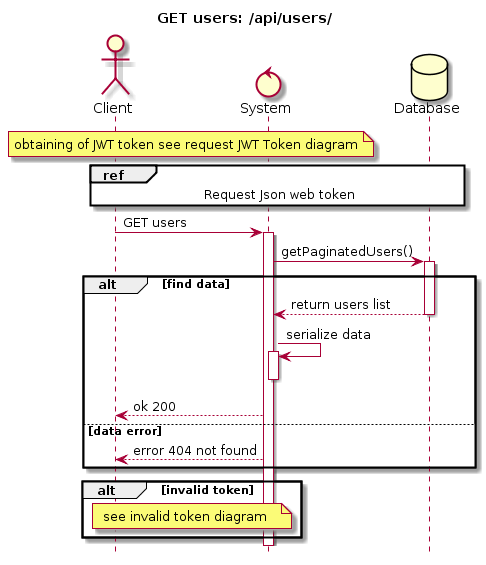
This is docs/Uml/Diagram_sequences/Diagram_sequence_GET_users.png from siggwer/Bilemo, a PlantUML export, as it was before one commit.
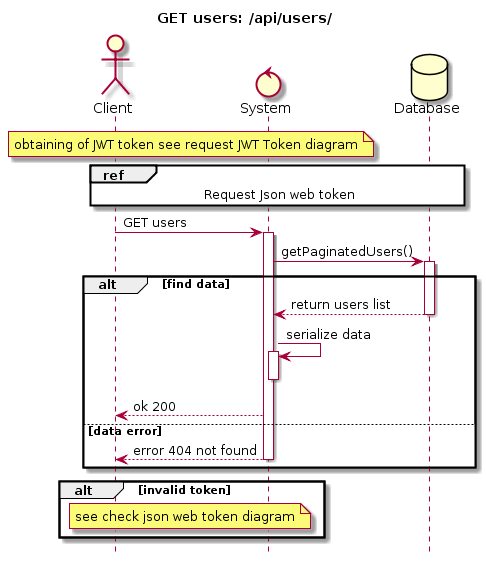
The same file after the commit.

What changed in the source:
```diff
@@ -12,7 +12,6 @@
 ref over Client, System, Database
     Request Json web token
 end ref
-
 
 Client -> System : GET users
 activate System
@@ -29,10 +28,11 @@
 System --> Client: ok 200
     else data error
     System --> Client : error 404 not found
+    deactivate System
 end
 alt invalid token
 note over Client, System
-    see invalid token diagram
+    see check json web token diagram
 end note
 end
 @enduml
```
